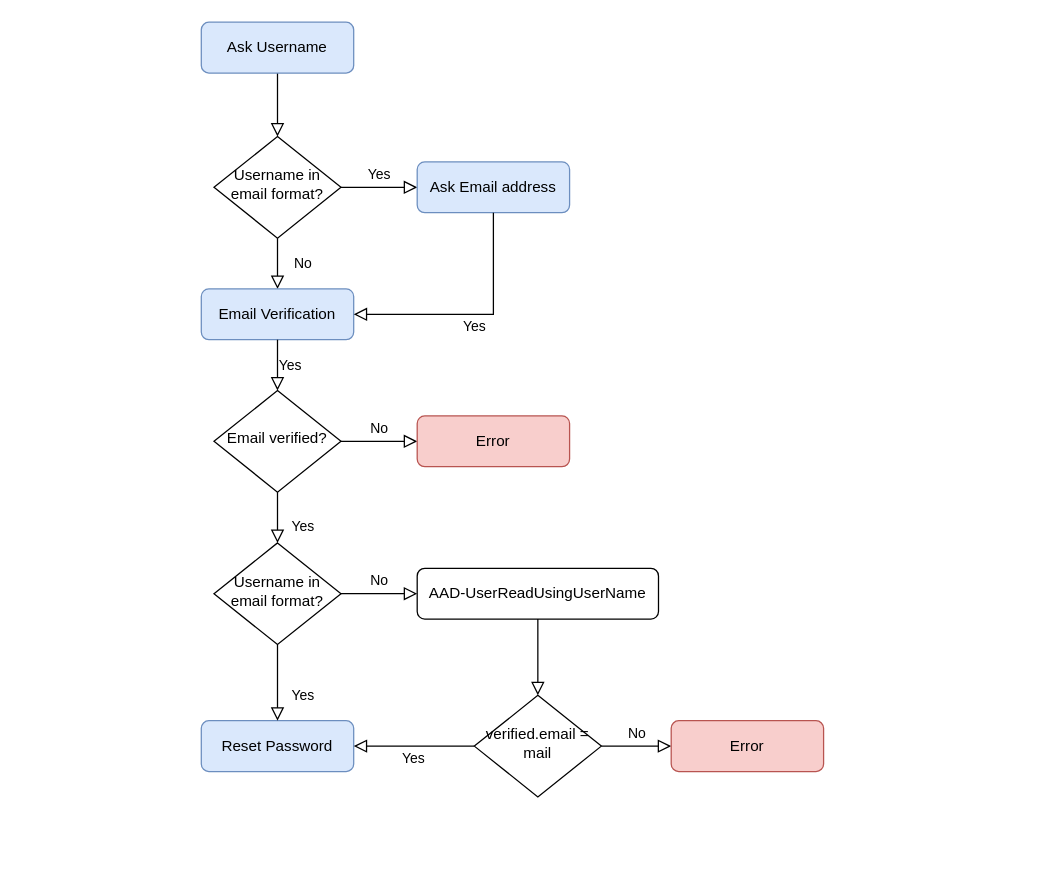
This is UserJourney.drawio from danieldotskc/helloworld, a draw.io file, before an edit. Source tidied: cells renumbered, new cells numbered last; positions are measured from the earlier drawing's top-left corner, leaving out a move shared by most shapes. Both pictures are drawn from the tidied source at 127%, with x=0, y=0 at pixel (201, 22).
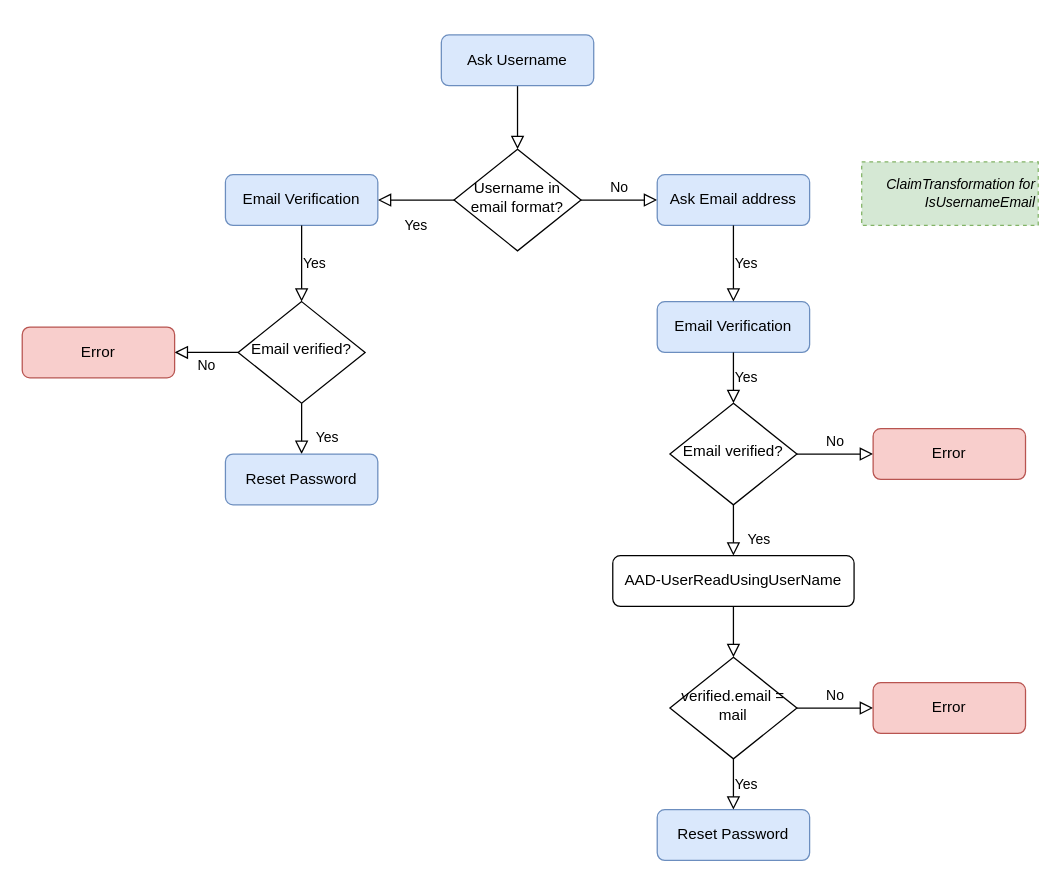
The same diagram, later.

The edit, as a diff of the source:
```diff
@@
     <mxCell id="3" value="Ask Username" style="rounded=1;whiteSpace=wrap;html=1;fontSize=12;glass=0;strokeWidth=1;shadow=0;fillColor=#dae8fc;strokeColor=#6c8ebf;" parent="1" vertex="1">
-      <mxGeometry width="120" height="40" as="geometry" />
+      <mxGeometry x="189" y="10" width="120" height="40" as="geometry" />
     </mxCell>
-    <mxCell id="4" value="No" style="rounded=0;html=1;jettySize=auto;fontSize=11;endArrow=block;endFill=0;endSize=8;strokeWidth=1;shadow=0;labelBackgroundColor=none;edgeStyle=orthogonalEdgeStyle;entryX=0.5;entryY=0;entryDx=0;entryDy=0;" parent="1" edge="1" source="6" target="13">
+    <mxCell id="4" value="Yes" style="rounded=0;html=1;jettySize=auto;fontSize=11;endArrow=block;endFill=0;endSize=8;strokeWidth=1;shadow=0;labelBackgroundColor=none;edgeStyle=orthogonalEdgeStyle;entryX=1;entryY=0.5;entryDx=0;entryDy=0;" parent="1" edge="1" source="6" target="30">
       <mxGeometry y="20" relative="1" as="geometry" />
     </mxCell>
-    <mxCell id="5" value="Yes" style="edgeStyle=orthogonalEdgeStyle;rounded=0;html=1;jettySize=auto;fontSize=11;endArrow=block;endFill=0;endSize=8;strokeWidth=1;shadow=0;labelBackgroundColor=none;" parent="1" edge="1" source="6" target="7">
+    <mxCell id="5" value="No" style="edgeStyle=orthogonalEdgeStyle;rounded=0;html=1;jettySize=auto;fontSize=11;endArrow=block;endFill=0;endSize=8;strokeWidth=1;shadow=0;labelBackgroundColor=none;" parent="1" edge="1" source="6" target="7">
       <mxGeometry y="10" relative="1" as="geometry" />
     </mxCell>
     <mxCell id="6" value="Username in email format?" style="rhombus;whiteSpace=wrap;html=1;shadow=0;fontFamily=Helvetica;fontSize=12;align=center;strokeWidth=1;spacing=6;spacingTop=-4;" parent="1" vertex="1">
-      <mxGeometry x="10" y="90" width="100" height="80" as="geometry" />
+      <mxGeometry x="199" y="100" width="100" height="80" as="geometry" />
     </mxCell>
     <mxCell id="7" value="Ask Email address" style="rounded=1;whiteSpace=wrap;html=1;fontSize=12;glass=0;strokeWidth=1;shadow=0;fillColor=#dae8fc;strokeColor=#6c8ebf;" parent="1" vertex="1">
-      <mxGeometry x="170" y="110" width="120" height="40" as="geometry" />
+      <mxGeometry x="359" y="120" width="120" height="40" as="geometry" />
     </mxCell>
-    <mxCell id="8" value="Yes" style="rounded=0;html=1;jettySize=auto;fontSize=11;endArrow=block;endFill=0;endSize=8;strokeWidth=1;shadow=0;labelBackgroundColor=none;edgeStyle=orthogonalEdgeStyle;entryX=0.5;entryY=0;entryDx=0;entryDy=0;" parent="1" edge="1" source="10" target="16">
+    <mxCell id="8" value="Yes" style="rounded=0;html=1;jettySize=auto;fontSize=11;endArrow=block;endFill=0;endSize=8;strokeWidth=1;shadow=0;labelBackgroundColor=none;edgeStyle=orthogonalEdgeStyle;entryX=0.5;entryY=0;entryDx=0;entryDy=0;exitX=0.5;exitY=1;exitDx=0;exitDy=0;" parent="1" edge="1" source="10" target="18">
       <mxGeometry x="0.33" y="20" relative="1" as="geometry" />
     </mxCell>
@@
     <mxCell id="10" value="Email verified?" style="rhombus;whiteSpace=wrap;html=1;shadow=0;fontFamily=Helvetica;fontSize=12;align=center;strokeWidth=1;spacing=6;spacingTop=-4;" parent="1" vertex="1">
-      <mxGeometry x="10" y="290" width="100" height="80" as="geometry" />
+      <mxGeometry x="369" y="300" width="100" height="80" as="geometry" />
     </mxCell>
     <mxCell id="11" value="Reset Password" style="rounded=1;whiteSpace=wrap;html=1;fontSize=12;glass=0;strokeWidth=1;shadow=0;fillColor=#dae8fc;strokeColor=#6c8ebf;" parent="1" vertex="1">
-      <mxGeometry y="550" width="120" height="40" as="geometry" />
+      <mxGeometry x="359" y="620" width="120" height="40" as="geometry" />
     </mxCell>
     <mxCell id="12" value="Error" style="rounded=1;whiteSpace=wrap;html=1;fontSize=12;glass=0;strokeWidth=1;shadow=0;fillColor=#f8cecc;strokeColor=#b85450;" parent="1" vertex="1">
-      <mxGeometry x="170" y="310" width="120" height="40" as="geometry" />
+      <mxGeometry x="529" y="320" width="120" height="40" as="geometry" />
     </mxCell>
     <mxCell id="13" value="Email Verification" style="rounded=1;whiteSpace=wrap;html=1;fontSize=12;glass=0;strokeWidth=1;shadow=0;fillColor=#dae8fc;strokeColor=#6c8ebf;" parent="1" vertex="1">
-      <mxGeometry y="210" width="120" height="40" as="geometry" />
+      <mxGeometry x="359" y="220" width="120" height="40" as="geometry" />
     </mxCell>
-    <mxCell id="14" value="Yes" style="edgeStyle=orthogonalEdgeStyle;rounded=0;html=1;jettySize=auto;fontSize=11;endArrow=block;endFill=0;endSize=8;strokeWidth=1;shadow=0;labelBackgroundColor=none;exitX=0.5;exitY=1;exitDx=0;exitDy=0;entryX=1;entryY=0.5;entryDx=0;entryDy=0;" parent="1" edge="1" source="7" target="13">
+    <mxCell id="14" value="Yes" style="edgeStyle=orthogonalEdgeStyle;rounded=0;html=1;jettySize=auto;fontSize=11;endArrow=block;endFill=0;endSize=8;strokeWidth=1;shadow=0;labelBackgroundColor=none;exitX=0.5;exitY=1;exitDx=0;exitDy=0;entryX=0.5;entryY=0;entryDx=0;entryDy=0;" parent="1" edge="1" source="7" target="13">
       <mxGeometry y="10" relative="1" as="geometry" />
     </mxCell>
@@
-    <mxCell id="16" value="Username in email format?" style="rhombus;whiteSpace=wrap;html=1;shadow=0;fontFamily=Helvetica;fontSize=12;align=center;strokeWidth=1;spacing=6;spacingTop=-4;" parent="1" vertex="1">
-      <mxGeometry x="10" y="410" width="100" height="80" as="geometry" />
-    </mxCell>
-    <mxCell id="17" value="Yes" style="rounded=0;html=1;jettySize=auto;fontSize=11;endArrow=block;endFill=0;endSize=8;strokeWidth=1;shadow=0;labelBackgroundColor=none;edgeStyle=orthogonalEdgeStyle;exitX=0.5;exitY=1;exitDx=0;exitDy=0;entryX=0.5;entryY=0;entryDx=0;entryDy=0;" parent="1" edge="1" source="16" target="11">
-      <mxGeometry x="0.33" y="20" relative="1" as="geometry" />
-    </mxCell>
     <mxCell id="18" value="AAD-UserReadUsingUserName" style="rounded=1;whiteSpace=wrap;html=1;fontSize=12;glass=0;strokeWidth=1;shadow=0;" parent="1" vertex="1">
-      <mxGeometry x="170" y="430" width="190" height="40" as="geometry" />
+      <mxGeometry x="324" y="420" width="190" height="40" as="geometry" />
     </mxCell>
-    <mxCell id="19" value="No" style="edgeStyle=orthogonalEdgeStyle;rounded=0;html=1;jettySize=auto;fontSize=11;endArrow=block;endFill=0;endSize=8;strokeWidth=1;shadow=0;labelBackgroundColor=none;entryX=0;entryY=0.5;entryDx=0;entryDy=0;exitX=1;exitY=0.5;exitDx=0;exitDy=0;" parent="1" edge="1" source="16" target="18">
-      <mxGeometry y="10" relative="1" as="geometry" />
-    </mxCell>
     <mxCell id="20" value="verified.email = mail" style="rhombus;whiteSpace=wrap;html=1;shadow=0;fontFamily=Helvetica;fontSize=12;align=center;strokeWidth=1;spacing=6;spacingTop=-4;" parent="1" vertex="1">
-      <mxGeometry x="215" y="530" width="100" height="80" as="geometry" />
+      <mxGeometry x="369" y="500" width="100" height="80" as="geometry" />
     </mxCell>
@@
-    <mxCell id="22" value="Yes" style="edgeStyle=orthogonalEdgeStyle;rounded=0;html=1;jettySize=auto;fontSize=11;endArrow=block;endFill=0;endSize=8;strokeWidth=1;shadow=0;labelBackgroundColor=none;entryX=1;entryY=0.5;entryDx=0;entryDy=0;exitX=0;exitY=0.5;exitDx=0;exitDy=0;" parent="1" edge="1" source="20" target="11">
+    <mxCell id="22" value="Yes" style="edgeStyle=orthogonalEdgeStyle;rounded=0;html=1;jettySize=auto;fontSize=11;endArrow=block;endFill=0;endSize=8;strokeWidth=1;shadow=0;labelBackgroundColor=none;entryX=0.5;entryY=0;entryDx=0;entryDy=0;exitX=0.5;exitY=1;exitDx=0;exitDy=0;" parent="1" edge="1" source="20" target="11">
       <mxGeometry y="10" relative="1" as="geometry" />
     </mxCell>
-    <mxCell id="23" value="No" style="edgeStyle=orthogonalEdgeStyle;rounded=0;html=1;jettySize=auto;fontSize=11;endArrow=block;endFill=0;endSize=8;strokeWidth=1;shadow=0;labelBackgroundColor=none;entryX=0;entryY=0.5;entryDx=0;entryDy=0;exitX=1;exitY=0.5;exitDx=0;exitDy=0;" parent="1" edge="1" source="20" target="24">
+    <mxCell id="23" value="No" style="edgeStyle=orthogonalEdgeStyle;rounded=0;html=1;jettySize=auto;fontSize=11;endArrow=block;endFill=0;endSize=8;strokeWidth=1;shadow=0;labelBackgroundColor=none;exitX=1;exitY=0.5;exitDx=0;exitDy=0;entryX=0;entryY=0.5;entryDx=0;entryDy=0;" parent="1" edge="1" source="20" target="24">
       <mxGeometry y="10" relative="1" as="geometry" />
     </mxCell>
     <mxCell id="24" value="Error" style="rounded=1;whiteSpace=wrap;html=1;fontSize=12;glass=0;strokeWidth=1;shadow=0;fillColor=#f8cecc;strokeColor=#b85450;" parent="1" vertex="1">
-      <mxGeometry x="370" y="550" width="120" height="40" as="geometry" />
+      <mxGeometry x="529" y="520" width="120" height="40" as="geometry" />
     </mxCell>
+    <mxCell id="25" value="ClaimTransformation for IsUsernameEmail" style="text;html=1;align=right;verticalAlign=middle;whiteSpace=wrap;rounded=0;fillColor=#d5e8d4;strokeColor=#82b366;dashed=1;fontStyle=2;fontSize=11;" parent="1" vertex="1">
+      <mxGeometry x="520" y="110" width="139" height="50" as="geometry" />
+    </mxCell>
+    <mxCell id="26" value="Yes" style="rounded=0;html=1;jettySize=auto;fontSize=11;endArrow=block;endFill=0;endSize=8;strokeWidth=1;shadow=0;labelBackgroundColor=none;edgeStyle=orthogonalEdgeStyle;entryX=0.5;entryY=0;entryDx=0;entryDy=0;" parent="1" edge="1" source="27" target="28">
+      <mxGeometry x="0.33" y="20" relative="1" as="geometry" />
+    </mxCell>
+    <mxCell id="19" value="No" style="edgeStyle=orthogonalEdgeStyle;rounded=0;html=1;jettySize=auto;fontSize=11;endArrow=block;endFill=0;endSize=8;strokeWidth=1;shadow=0;labelBackgroundColor=none;" parent="1" edge="1" source="27" target="29">
+      <mxGeometry y="10" relative="1" as="geometry" />
+    </mxCell>
+    <mxCell id="27" value="Email verified?" style="rhombus;whiteSpace=wrap;html=1;shadow=0;fontFamily=Helvetica;fontSize=12;align=center;strokeWidth=1;spacing=6;spacingTop=-4;" parent="1" vertex="1">
+      <mxGeometry x="29" y="220" width="100" height="80" as="geometry" />
+    </mxCell>
+    <mxCell id="28" value="Reset Password" style="rounded=1;whiteSpace=wrap;html=1;fontSize=12;glass=0;strokeWidth=1;shadow=0;fillColor=#dae8fc;strokeColor=#6c8ebf;" parent="1" vertex="1">
+      <mxGeometry x="19" y="340" width="120" height="40" as="geometry" />
+    </mxCell>
+    <mxCell id="29" value="Error" style="rounded=1;whiteSpace=wrap;html=1;fontSize=12;glass=0;strokeWidth=1;shadow=0;fillColor=#f8cecc;strokeColor=#b85450;" parent="1" vertex="1">
+      <mxGeometry x="-141" y="240" width="120" height="40" as="geometry" />
+    </mxCell>
+    <mxCell id="30" value="Email Verification" style="rounded=1;whiteSpace=wrap;html=1;fontSize=12;glass=0;strokeWidth=1;shadow=0;fillColor=#dae8fc;strokeColor=#6c8ebf;" parent="1" vertex="1">
+      <mxGeometry x="19" y="120" width="120" height="40" as="geometry" />
+    </mxCell>
+    <mxCell id="31" value="Yes" style="edgeStyle=orthogonalEdgeStyle;rounded=0;html=1;jettySize=auto;fontSize=11;endArrow=block;endFill=0;endSize=8;strokeWidth=1;shadow=0;labelBackgroundColor=none;exitX=0.5;exitY=1;exitDx=0;exitDy=0;entryX=0.5;entryY=0;entryDx=0;entryDy=0;" parent="1" edge="1" source="30" target="27">
+      <mxGeometry y="10" relative="1" as="geometry" />
+    </mxCell>
```
